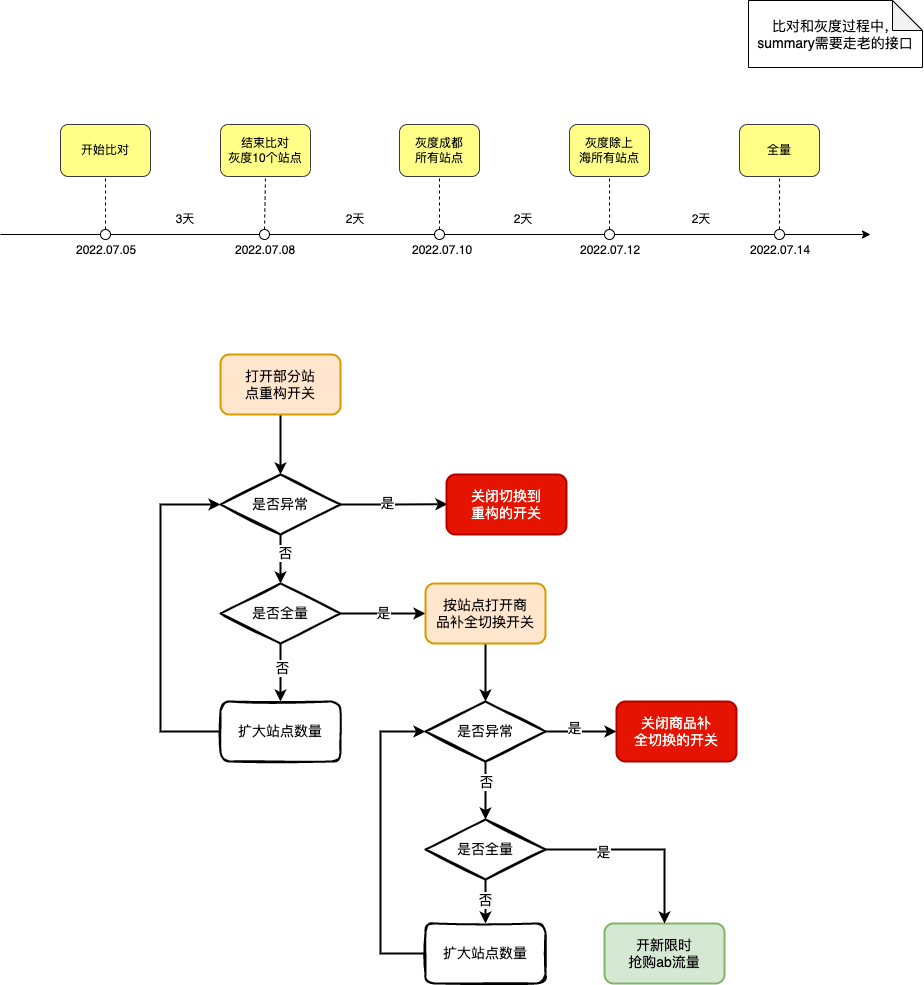
Ant-dong/images keeps this draw.io diagram as 特色专区重构灰度上线计划.png. Above is the earlier version. Source tidied: cells renumbered, new cells last; positions are measured from the earlier drawing's top-left corner, leaving out a move shared by most shapes.
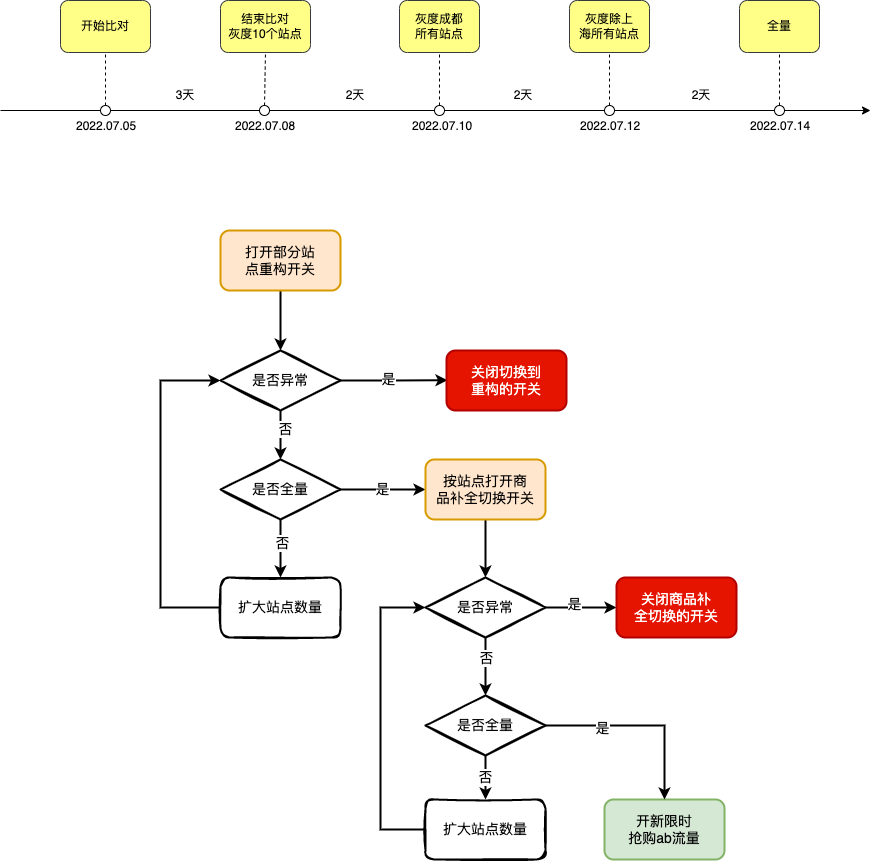
After the change.

Commit message:
Update 特色专区重构灰度上线计划.png

What changed in the source:
```diff
@@ -86,9 +86,6 @@
     <mxCell id="27" style="endArrow=none;html=1;rounded=0;entryX=0.5;entryY=1;entryDx=0;entryDy=0;exitX=0.5;exitY=0;exitDx=0;exitDy=0;dashed=1;" parent="1" edge="1" source="24" target="25">
       <mxGeometry relative="1" as="geometry" />
     </mxCell>
-    <mxCell id="28" value="&lt;font style=&quot;font-size: 14px;&quot;&gt;比对和灰度过程中，&lt;br&gt;summary需要走老的接口&lt;/font&gt;" style="shape=note;whiteSpace=wrap;html=1;backgroundOutline=1;darkOpacity=0.05;" parent="1" vertex="1">
-      <mxGeometry x="748" width="174" height="67" as="geometry" />
-    </mxCell>
     <mxCell id="29" style="edgeStyle=orthogonalEdgeStyle;rounded=0;jettySize=auto;html=1;exitX=1;exitY=0.5;exitDx=0;exitDy=0;fontSize=14;strokeWidth=2;entryX=0.008;entryY=0.495;entryDx=0;entryDy=0;entryPerimeter=0;" parent="1" edge="1" target="33">
       <mxGeometry relative="1" as="geometry">
         <mxPoint x="338" y="504" as="sourcePoint" />
```
